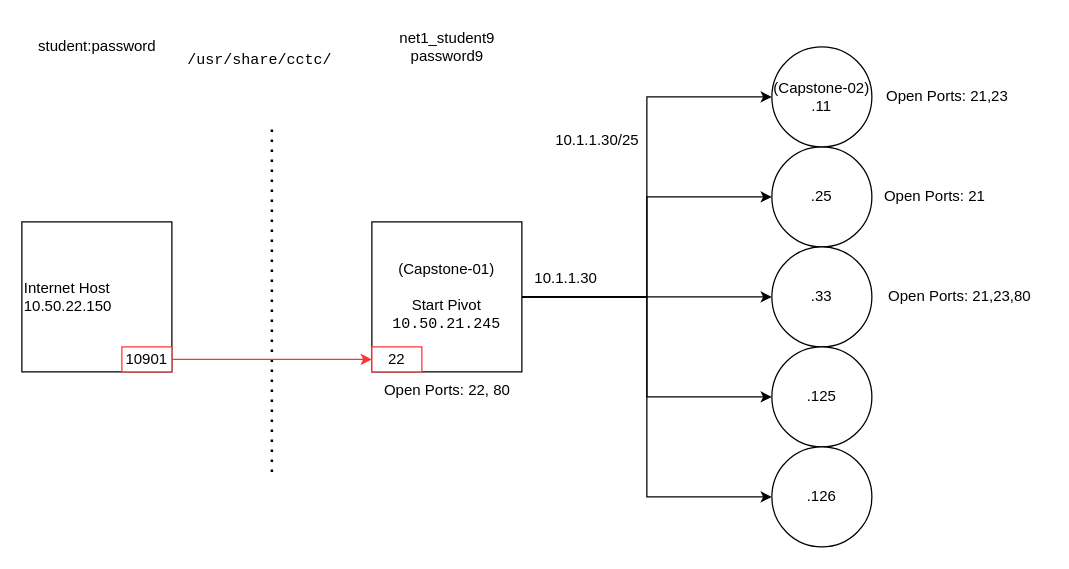
Before: page "Capstone" (5 of 5) of Networking/Day 5/Untitled Diagram.drawio in LukeaBrown/COSC, a draw.io diagram. Source tidied: cells renumbered, new cells numbered last; positions are measured from the earlier drawing's top-left corner, leaving out a move shared by most shapes. Both pictures are drawn from the tidied source at 125%, with x=0, y=0 at pixel (21, 21).
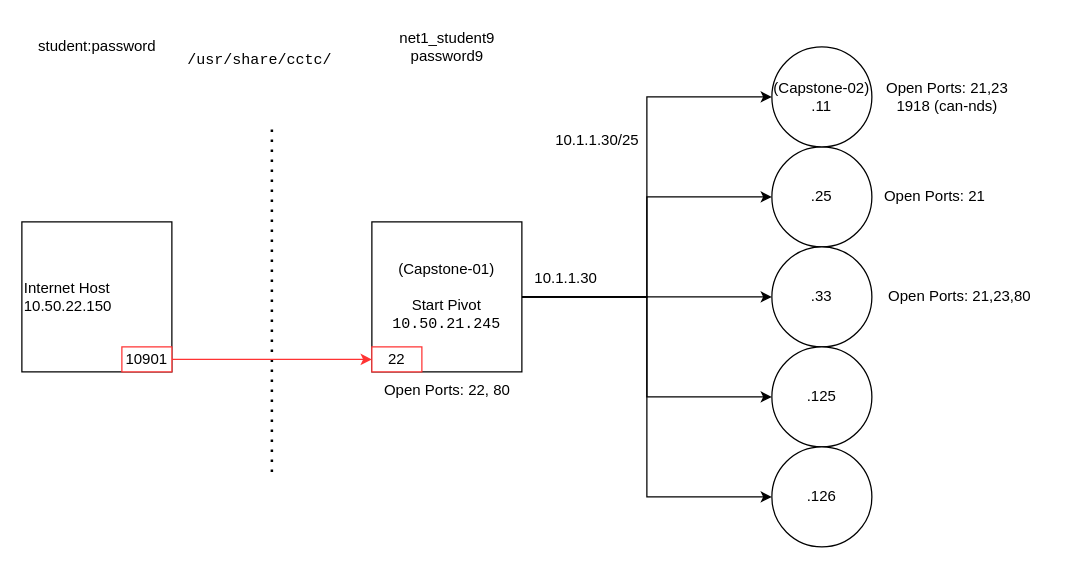
Above is the later version.

The edit, as a diff of the source:
```diff
@@
-    <mxCell id="23" value="Open Ports: 21,23" style="text;html=1;align=center;verticalAlign=middle;strokeColor=none;fillColor=none;" parent="1" vertex="1">
-      <mxGeometry x="680" y="45" width="120" height="30" as="geometry" />
+    <mxCell id="23" value="&lt;div&gt;Open Ports: 21,23&lt;/div&gt;1918 (can-nds)" style="text;html=1;align=center;verticalAlign=middle;strokeColor=none;fillColor=none;" parent="1" vertex="1">
+      <mxGeometry x="680" y="40" width="120" height="40" as="geometry" />
     </mxCell>
```
